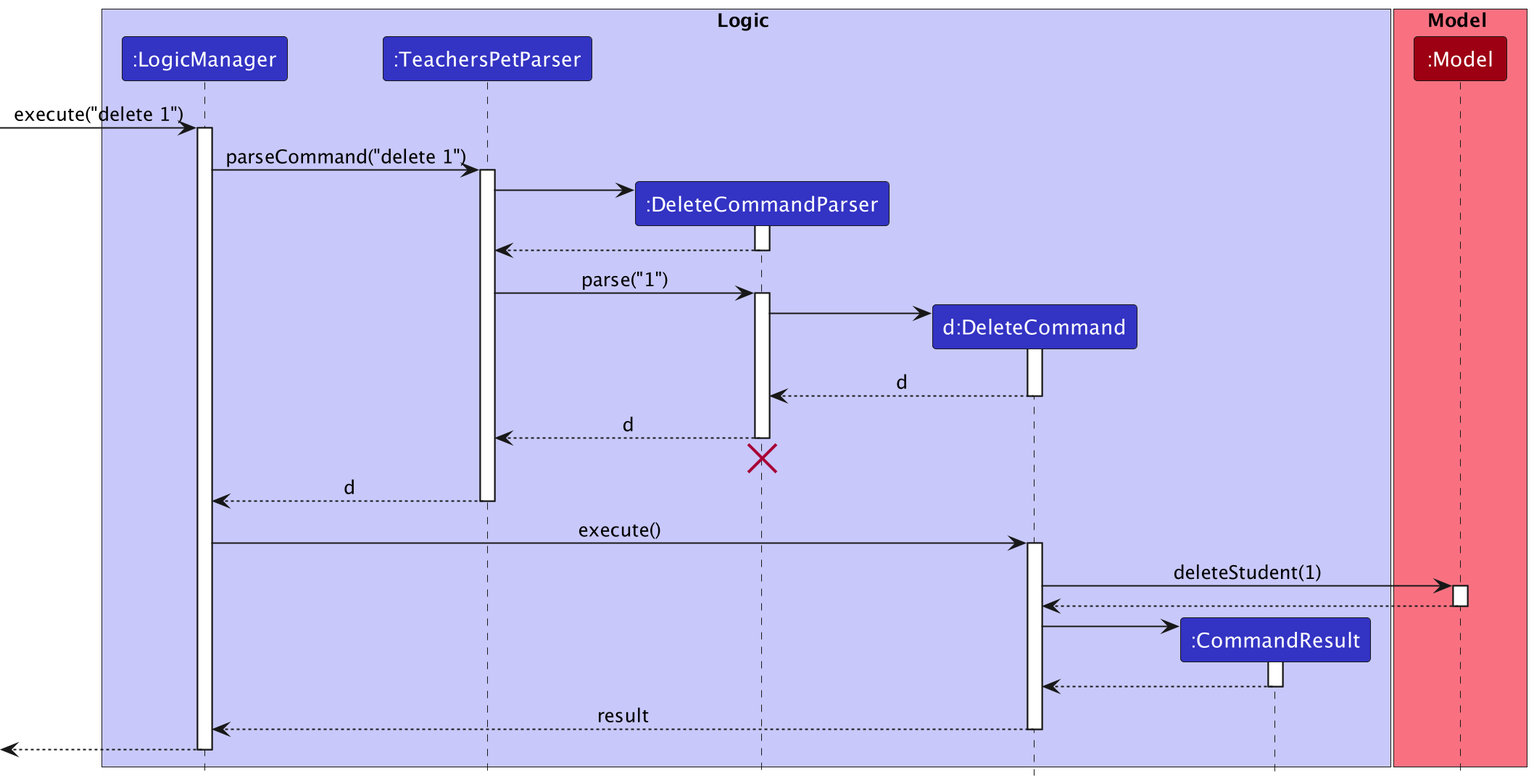
The PlantUML diagram docs/images/DG-images/DeleteSequenceDiagram.png in nus-cs2103-AY2223S1/tp, before a commit. Its source is kept beside it as docs/diagrams/DeleteSequenceDiagram.puml.
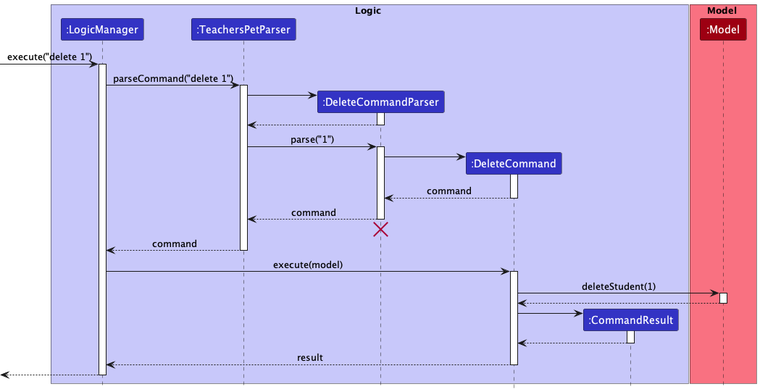
Above is the later version.

Diff of the diagram source:
```diff
@@ -5,7 +5,7 @@
 participant ":LogicManager" as LogicManager LOGIC_COLOR
 participant ":TeachersPetParser" as TeachersPetParser LOGIC_COLOR
 participant ":DeleteCommandParser" as DeleteCommandParser LOGIC_COLOR
-participant "d:DeleteCommand" as DeleteCommand LOGIC_COLOR
+participant ":DeleteCommand" as DeleteCommand LOGIC_COLOR
 participant ":CommandResult" as CommandResult LOGIC_COLOR
 end box
 
@@ -33,18 +33,18 @@
 DeleteCommandParser -> DeleteCommand
 activate DeleteCommand
 
-DeleteCommand --> DeleteCommandParser : d
+DeleteCommand --> DeleteCommandParser : command
 deactivate DeleteCommand
 
-DeleteCommandParser --> TeachersPetParser : d
+DeleteCommandParser --> TeachersPetParser : command
 deactivate DeleteCommandParser
 DeleteCommandParser -[hidden]-> TeachersPetParser
 destroy DeleteCommandParser
 
-TeachersPetParser --> LogicManager : d
+TeachersPetParser --> LogicManager : command
 deactivate TeachersPetParser
 
-LogicManager -> DeleteCommand : execute()
+LogicManager -> DeleteCommand : execute(model)
 activate DeleteCommand
 
 DeleteCommand -> Model : deleteStudent(1)
```
